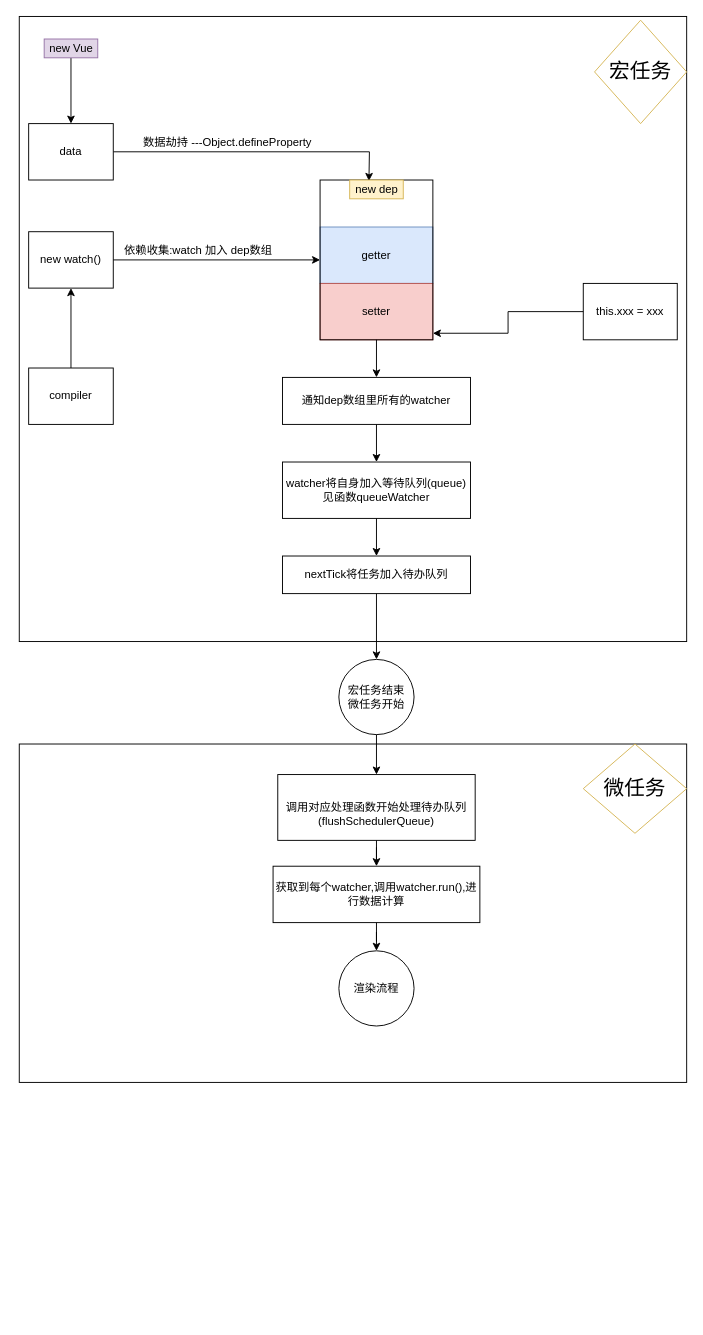
This is Untitled Diagram.drawio from gmkgmk/blog, a draw.io file, before an edit. Source tidied: cells renumbered, new cells numbered last; positions are measured from the earlier drawing's top-left corner, leaving out a move shared by most shapes. Both pictures are drawn from the tidied source at 94%, with x=0, y=0 at pixel (19, 16).
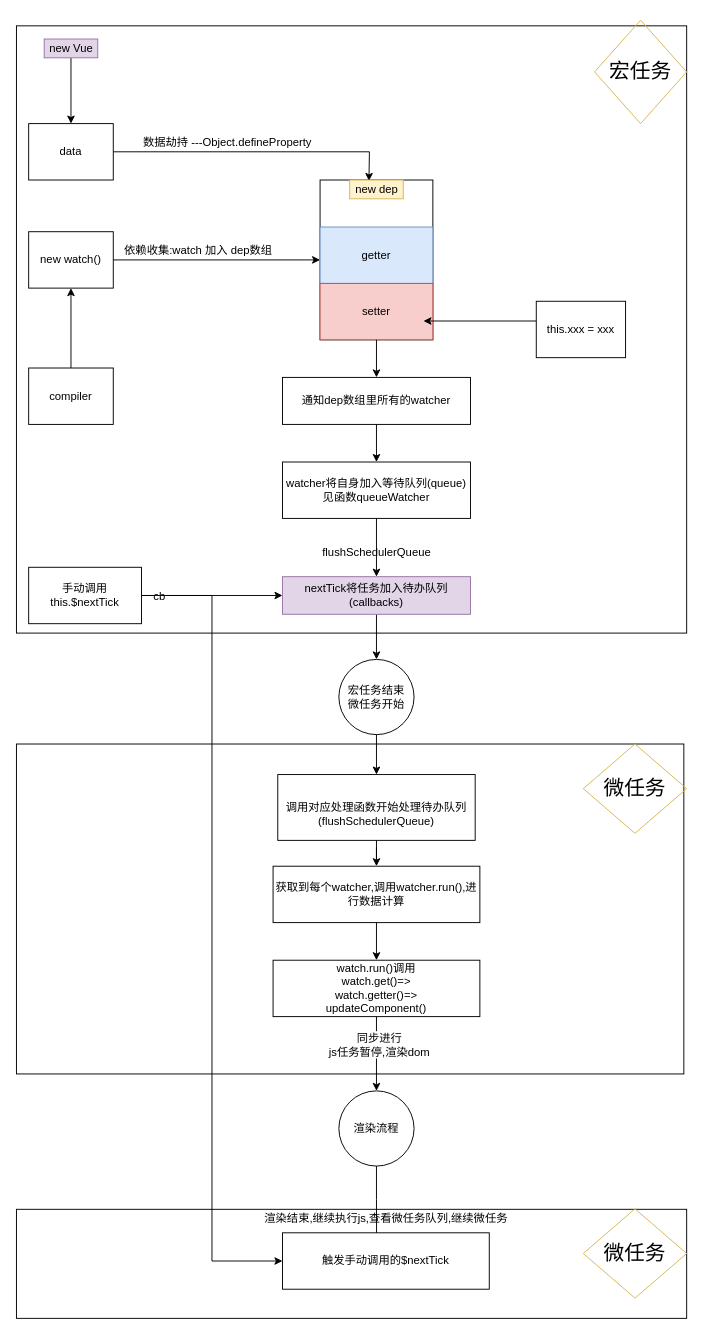
The same page after the edit.

The change refers to these unchanged cells:
```xml
<mxCell id="32" value="获取到每个watcher,调用watcher.run(),进行数据计算" style="rounded=0;whiteSpace=wrap;html=1;strokeColor=#000000;fillColor=none;" parent="1" vertex="1">
  <mxGeometry x="270" y="904" width="220" height="60" as="geometry" />
</mxCell>
```

What changed in the source:
```diff
@@
-    <mxCell id="2" style="rounded=0;whiteSpace=wrap;html=1;strokeColor=#000000;fillColor=none;" parent="1" vertex="1">
-      <mxGeometry width="710" height="665" as="geometry" />
-    </mxCell>
+    <mxCell id="12" style="rounded=0;whiteSpace=wrap;html=1;strokeColor=#000000;fillColor=none;" parent="1" vertex="1">
+      <mxGeometry x="320" y="174" width="120" height="170" as="geometry" />
+    </mxCell>
+    <mxCell id="37" style="rounded=0;whiteSpace=wrap;html=1;fillColor=none;" parent="1" vertex="1">
+      <mxGeometry x="-3" y="10" width="713" height="646" as="geometry" />
+    </mxCell>
     <mxCell id="3" style="rounded=0;whiteSpace=wrap;html=1;strokeColor=#000000;fillColor=none;" parent="1" vertex="1">
-      <mxGeometry y="774" width="710" height="360" as="geometry" />
+      <mxGeometry x="-3" y="774" width="710" height="351" as="geometry" />
     </mxCell>
@@
-    <mxCell id="12" style="rounded=0;whiteSpace=wrap;html=1;strokeColor=#000000;fillColor=none;" parent="1" vertex="1">
-      <mxGeometry x="320" y="174" width="120" height="170" as="geometry" />
-    </mxCell>
@@
-    <mxCell id="19" style="edgeStyle=orthogonalEdgeStyle;rounded=0;jettySize=auto;html=1;entryX=1;entryY=0.959;entryDx=0;entryDy=0;entryPerimeter=0;" parent="1" edge="1" source="20" target="12">
-      <mxGeometry relative="1" as="geometry" />
-    </mxCell>
+    <mxCell id="38" style="edgeStyle=orthogonalEdgeStyle;rounded=0;jettySize=auto;html=1;" parent="1" edge="1" source="20">
+      <mxGeometry relative="1" as="geometry">
+        <mxPoint x="430" y="324" as="targetPoint" />
+        <Array as="points">
+          <mxPoint x="440" y="324" />
+        </Array>
+      </mxGeometry>
+    </mxCell>
     <mxCell id="20" value="this.xxx = xxx" style="rounded=0;whiteSpace=wrap;html=1;strokeColor=#000000;fillColor=none;" parent="1" vertex="1">
-      <mxGeometry x="600" y="284" width="100" height="60" as="geometry" />
+      <mxGeometry x="550" y="303" width="95" height="60" as="geometry" />
     </mxCell>
@@
-    <mxCell id="26" value="nextTick将任务加入待办队列" style="rounded=0;whiteSpace=wrap;html=1;strokeColor=#000000;fillColor=none;" parent="1" vertex="1">
-      <mxGeometry x="280" y="574" width="200" height="40" as="geometry" />
+    <mxCell id="26" value="nextTick将任务加入待办队列&lt;br&gt;(callbacks)" style="rounded=0;whiteSpace=wrap;html=1;strokeColor=#9673a6;fillColor=#e1d5e7;" parent="1" vertex="1">
+      <mxGeometry x="280" y="596" width="200" height="40" as="geometry" />
     </mxCell>
@@
-    <mxCell id="31" style="edgeStyle=orthogonalEdgeStyle;rounded=0;jettySize=auto;html=1;entryX=0.5;entryY=0;entryDx=0;entryDy=0;" parent="1" edge="1" source="32" target="33">
-      <mxGeometry relative="1" as="geometry" />
-    </mxCell>
+    <mxCell id="39" style="edgeStyle=orthogonalEdgeStyle;rounded=0;jettySize=auto;html=1;" parent="1" edge="1" source="32" target="43">
+      <mxGeometry relative="1" as="geometry" />
+    </mxCell>
@@
+    <mxCell id="40" style="edgeStyle=orthogonalEdgeStyle;rounded=0;jettySize=auto;html=1;entryX=0.455;entryY=0.167;entryDx=0;entryDy=0;entryPerimeter=0;" parent="1" edge="1" source="33" target="49">
+      <mxGeometry relative="1" as="geometry" />
+    </mxCell>
     <mxCell id="33" value="渲染流程" style="ellipse;whiteSpace=wrap;html=1;strokeColor=#000000;fillColor=none;" parent="1" vertex="1">
-      <mxGeometry x="340" y="994" width="80" height="80" as="geometry" />
+      <mxGeometry x="340" y="1143" width="80" height="80" as="geometry" />
     </mxCell>
@@
+    <mxCell id="41" style="edgeStyle=orthogonalEdgeStyle;rounded=0;jettySize=auto;html=1;" parent="1" edge="1" source="43" target="33">
+      <mxGeometry relative="1" as="geometry" />
+    </mxCell>
+    <mxCell id="42" value="同步进行&lt;br&gt;js任务暂停,渲染dom" style="text;html=1;align=center;verticalAlign=middle;labelBackgroundColor=#ffffff;" parent="41" vertex="1">
+      <mxGeometry x="-0.27" y="2" relative="1" as="geometry" />
+    </mxCell>
+    <mxCell id="43" value="watch.run()调用&lt;br&gt;watch.get()=&amp;gt;&lt;br&gt;watch.getter()=&amp;gt;&lt;br&gt;updateComponent()" style="rounded=0;whiteSpace=wrap;html=1;" parent="1" vertex="1">
+      <mxGeometry x="270" y="1004" width="220" height="60" as="geometry" />
+    </mxCell>
+    <mxCell id="44" style="edgeStyle=orthogonalEdgeStyle;rounded=0;jettySize=auto;html=1;" parent="1" edge="1" source="47" target="26">
+      <mxGeometry relative="1" as="geometry" />
+    </mxCell>
+    <mxCell id="45" value="cb" style="text;html=1;align=center;verticalAlign=middle;labelBackgroundColor=#ffffff;" parent="44" vertex="1">
+      <mxGeometry x="-0.22" y="-3" relative="1" as="geometry">
+        <mxPoint x="-40.5" y="-3" as="offset" />
+      </mxGeometry>
+    </mxCell>
+    <mxCell id="46" style="edgeStyle=orthogonalEdgeStyle;rounded=0;jettySize=auto;html=1;entryX=0;entryY=0.5;entryDx=0;entryDy=0;" parent="1" edge="1" source="47" target="49">
+      <mxGeometry relative="1" as="geometry" />
+    </mxCell>
+    <mxCell id="47" value="手动调用this.$nextTick" style="rounded=0;whiteSpace=wrap;html=1;" parent="1" vertex="1">
+      <mxGeometry x="10" y="586" width="120" height="60" as="geometry" />
+    </mxCell>
+    <mxCell id="48" value="flushSchedulerQueue" style="text;html=1;align=center;verticalAlign=middle;" parent="1" vertex="1">
+      <mxGeometry x="315" y="560" width="130" height="20" as="geometry" />
+    </mxCell>
+    <mxCell id="49" value="触发手动调用的$nextTick" style="rounded=0;whiteSpace=wrap;html=1;" parent="1" vertex="1">
+      <mxGeometry x="280" y="1294" width="220" height="60" as="geometry" />
+    </mxCell>
+    <mxCell id="50" value="渲染结束,继续执行js,查看微任务队列,继续微任务" style="text;html=1;align=center;verticalAlign=middle;" parent="1" vertex="1">
+      <mxGeometry x="255" y="1269" width="270" height="20" as="geometry" />
+    </mxCell>
+    <mxCell id="51" style="rounded=0;whiteSpace=wrap;html=1;fillColor=none;" parent="1" vertex="1">
+      <mxGeometry x="-3" y="1269" width="713" height="116" as="geometry" />
+    </mxCell>
+    <mxCell id="52" value="&lt;font style=&quot;font-size: 22px&quot;&gt;微任务&lt;/font&gt;" style="rhombus;whiteSpace=wrap;html=1;strokeColor=#d6b656;fillColor=none;" parent="1" vertex="1">
+      <mxGeometry x="600" y="1268.5" width="110" height="95" as="geometry" />
+    </mxCell>
```
